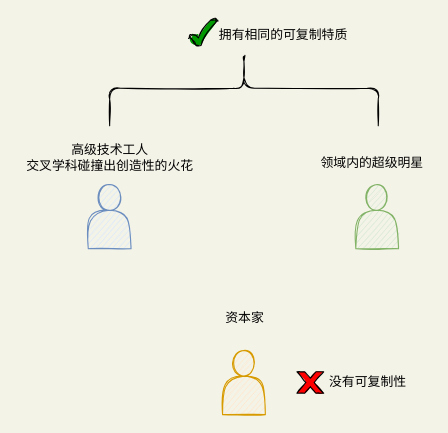
Earlier version of the draw.io diagram pictures/深度工作/3wins.drawio (boxtsecond/draw). Source tidied: cells renumbered, new cells numbered last; positions are measured from the earlier drawing's top-left corner, leaving out a move shared by most shapes. Both pictures are drawn from the tidied source at 107%, with x=0, y=0 at pixel (18, 18).
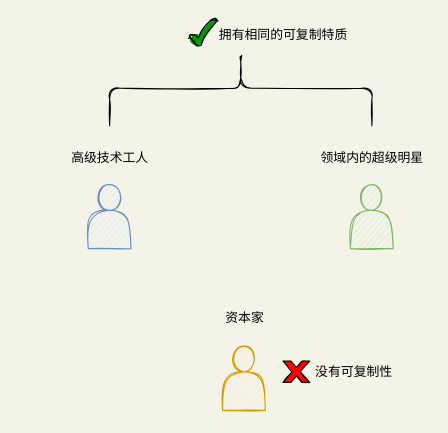
The same diagram, later.

The edit, as a diff of the source:
```diff
@@
 <mxGraphModel background="#F4F3E8">
   <root>
     <mxCell id="0" />
     <mxCell id="1" parent="0" />
     <mxCell id="2" style="shape=actor;whiteSpace=wrap;html=1;fillColor=#dae8fc;strokeColor=#6c8ebf;sketch=1;rounded=1;" parent="1" vertex="1">
       <mxGeometry x="65" y="155" width="40" height="60" as="geometry" />
     </mxCell>
     <mxCell id="3" style="shape=actor;whiteSpace=wrap;html=1;fillColor=#d5e8d4;strokeColor=#82b366;sketch=1;rounded=1;" parent="1" vertex="1">
-      <mxGeometry x="315" y="155" width="40" height="60" as="geometry" />
+      <mxGeometry x="310" y="155" width="40" height="60" as="geometry" />
     </mxCell>
     <mxCell id="4" style="shape=actor;whiteSpace=wrap;html=1;fillColor=#ffe6cc;strokeColor=#d79b00;sketch=1;rounded=1;" parent="1" vertex="1">
-      <mxGeometry x="190.5" y="310" width="40" height="60" as="geometry" />
+      <mxGeometry x="190.5" y="306" width="40" height="60" as="geometry" />
     </mxCell>
-    <mxCell id="5" value="高级技术工人&lt;br&gt;交叉学科碰撞出创造性的火花" style="text;html=1;align=center;verticalAlign=middle;sketch=1;rounded=1;" parent="1" vertex="1">
-      <mxGeometry y="115" width="170" height="30" as="geometry" />
+    <mxCell id="5" value="高级技术工人" style="text;html=1;align=center;verticalAlign=middle;sketch=1;rounded=1;" parent="1" vertex="1">
+      <mxGeometry x="40" y="120" width="90" height="20" as="geometry" />
     </mxCell>
     <mxCell id="6" value="领域内的超级明星" style="text;html=1;align=center;verticalAlign=middle;sketch=1;rounded=1;" parent="1" vertex="1">
-      <mxGeometry x="275" y="125" width="110" height="20" as="geometry" />
+      <mxGeometry x="275" y="120" width="110" height="20" as="geometry" />
     </mxCell>
     <mxCell id="7" value="资本家" style="text;html=1;align=center;verticalAlign=middle;sketch=1;rounded=1;" parent="1" vertex="1">
       <mxGeometry x="185.5" y="270" width="50" height="20" as="geometry" />
     </mxCell>
     <mxCell id="8" style="shape=curlyBracket;whiteSpace=wrap;html=1;rounded=1;sketch=1;direction=south;size=0.5;" parent="1" vertex="1">
-      <mxGeometry x="85" y="30" width="251" height="70" as="geometry" />
+      <mxGeometry x="85" y="30" width="245" height="70" as="geometry" />
     </mxCell>
     <mxCell id="9" style="verticalLabelPosition=bottom;verticalAlign=top;html=1;shape=mxgraph.basic.x;rounded=1;sketch=1;fillStyle=solid;fillColor=#FF0000;" parent="1" vertex="1">
-      <mxGeometry x="260" y="330" width="25" height="20" as="geometry" />
+      <mxGeometry x="247" y="320" width="25" height="20" as="geometry" />
     </mxCell>
     <mxCell id="10" style="verticalLabelPosition=bottom;verticalAlign=top;html=1;shape=mxgraph.basic.tick;rounded=1;sketch=1;fillColor=#009900;fillStyle=solid;" parent="1" vertex="1">
       <mxGeometry x="160" width="25.5" height="25" as="geometry" />
     </mxCell>
     <mxCell id="11" value="拥有相同的可复制特质" style="text;html=1;align=center;verticalAlign=middle;" parent="1" vertex="1">
       <mxGeometry x="177" y="5" width="140" height="20" as="geometry" />
     </mxCell>
     <mxCell id="12" value="没有可复制性" style="text;html=1;align=center;verticalAlign=middle;" parent="1" vertex="1">
-      <mxGeometry x="281" y="330" width="90" height="20" as="geometry" />
+      <mxGeometry x="268" y="320" width="90" height="20" as="geometry" />
     </mxCell>
   </root>
 </mxGraphModel>
```
